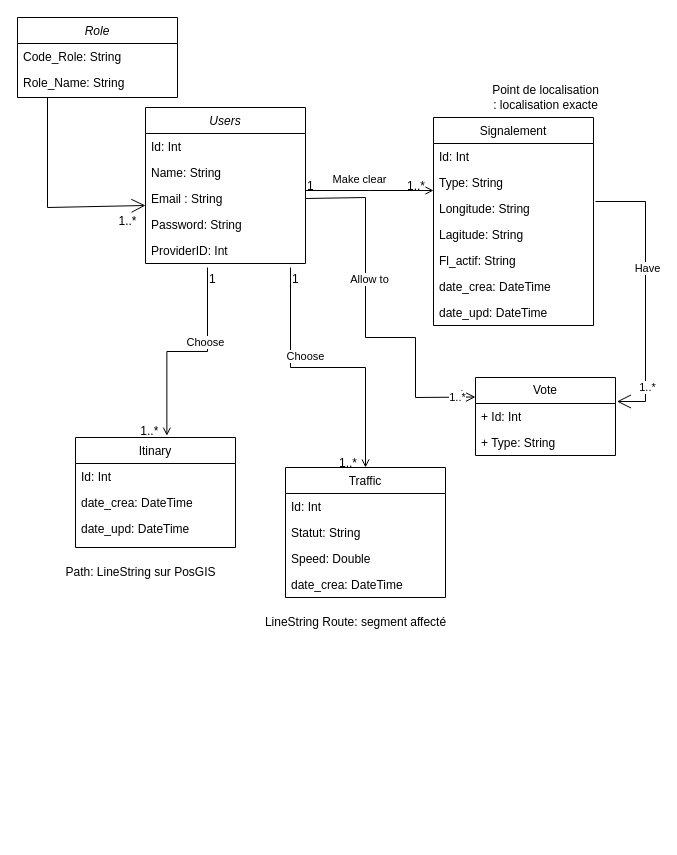
hamza-bely/4proj keeps this draw.io diagram as documentation/file-diagramme-uml/Diagramme sans nom.drawio. Above is the earlier version. Source tidied: cells renumbered, new cells numbered last; positions are measured from the earlier drawing's top-left corner, leaving out a move shared by most shapes. Both pictures are drawn from the tidied source at 100%, with x=0, y=0 at pixel (17, 17).
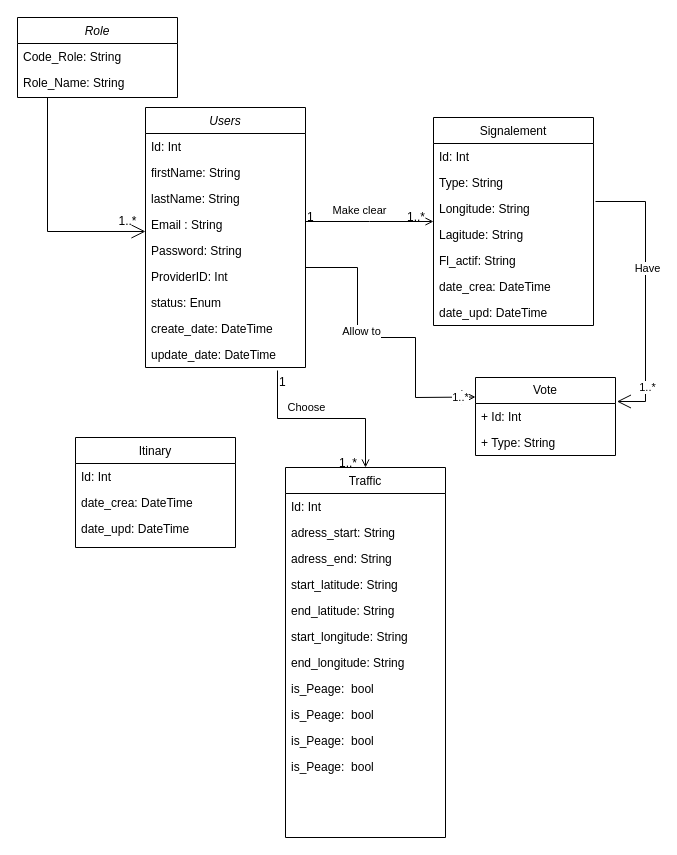
Above is the later version.

Commit message:
Mettre à jour Diagramme sans nom.drawio

The change refers to these unchanged cells:
```xml
<mxCell id="8" value="Itinary" style="swimlane;fontStyle=0;align=center;verticalAlign=top;horizontal=1;startSize=26;rounded=0;shadow=0;strokeWidth=1;" parent="1" vertex="1">
  <mxGeometry x="58" y="420" width="160" height="110" as="geometry" />
</mxCell>
<mxCell id="40" value="Vote" style="swimlane;fontStyle=0;horizontal=1;startSize=26;fillColor=none;whiteSpace=wrap;html=1;" parent="1" vertex="1">
  <mxGeometry x="458" y="360" width="140" height="78" as="geometry" />
</mxCell>
```

Change to the diagram source:
```diff
@@
     <mxCell id="2" value="Users" style="swimlane;fontStyle=2;align=center;verticalAlign=top;horizontal=1;startSize=26;rounded=0;shadow=0;strokeWidth=1;" parent="1" vertex="1">
-      <mxGeometry x="128" y="90" width="160" height="156" as="geometry" />
+      <mxGeometry x="128" y="90" width="160" height="260" as="geometry" />
     </mxCell>
@@
-    <mxCell id="4" value="Name: String" style="text;align=left;verticalAlign=top;spacingLeft=4;spacingRight=4;overflow=hidden;" parent="2" vertex="1">
+    <mxCell id="4" value="firstName: String" style="text;align=left;verticalAlign=top;spacingLeft=4;spacingRight=4;overflow=hidden;" parent="2" vertex="1">
       <mxGeometry y="52" width="160" height="26" as="geometry" />
     </mxCell>
+    <mxCell id="54" value="lastName: String" style="text;align=left;verticalAlign=top;spacingLeft=4;spacingRight=4;overflow=hidden;" parent="2" vertex="1">
+      <mxGeometry y="78" width="160" height="26" as="geometry" />
+    </mxCell>
     <mxCell id="5" value="Email : String" style="text;align=left;verticalAlign=top;spacingLeft=4;spacingRight=4;overflow=hidden;points=[[0,0.5],[1,0.5]];portConstraint=eastwest;rounded=0;shadow=0;html=0;" parent="2" vertex="1">
-      <mxGeometry y="78" width="160" height="26" as="geometry" />
+      <mxGeometry y="104" width="160" height="26" as="geometry" />
     </mxCell>
     <mxCell id="6" value="Password: String" style="text;align=left;verticalAlign=top;spacingLeft=4;spacingRight=4;overflow=hidden;rounded=0;shadow=0;html=0;" parent="2" vertex="1">
-      <mxGeometry y="104" width="160" height="26" as="geometry" />
+      <mxGeometry y="130" width="160" height="26" as="geometry" />
     </mxCell>
     <mxCell id="7" value="ProviderID: Int" style="text;align=left;verticalAlign=top;spacingLeft=4;spacingRight=4;overflow=hidden;points=[[0,0.5],[1,0.5]];portConstraint=eastwest;rounded=0;shadow=0;html=0;" parent="2" vertex="1">
-      <mxGeometry y="130" width="160" height="26" as="geometry" />
+      <mxGeometry y="156" width="160" height="26" as="geometry" />
     </mxCell>
+    <mxCell id="55" value="status: Enum" style="text;align=left;verticalAlign=top;spacingLeft=4;spacingRight=4;overflow=hidden;rounded=0;shadow=0;html=0;" parent="2" vertex="1">
+      <mxGeometry y="182" width="160" height="26" as="geometry" />
+    </mxCell>
+    <mxCell id="56" value="create_date: DateTime" style="text;align=left;verticalAlign=top;spacingLeft=4;spacingRight=4;overflow=hidden;rounded=0;shadow=0;html=0;" parent="2" vertex="1">
+      <mxGeometry y="208" width="160" height="26" as="geometry" />
+    </mxCell>
+    <mxCell id="57" value="update_date: DateTime" style="text;align=left;verticalAlign=top;spacingLeft=4;spacingRight=4;overflow=hidden;points=[[0,0.5],[1,0.5]];portConstraint=eastwest;rounded=0;shadow=0;html=0;" parent="2" vertex="1">
+      <mxGeometry y="234" width="160" height="26" as="geometry" />
+    </mxCell>
@@
     <mxCell id="12" value="Traffic" style="swimlane;fontStyle=0;align=center;verticalAlign=top;horizontal=1;startSize=26;rounded=0;shadow=0;strokeWidth=1;" parent="1" vertex="1">
-      <mxGeometry x="268" y="450" width="160" height="130" as="geometry" />
+      <mxGeometry x="268" y="450" width="160" height="370" as="geometry" />
     </mxCell>
@@
+    <mxCell id="58" value="adress_start: String" style="text;align=left;verticalAlign=top;spacingLeft=4;spacingRight=4;overflow=hidden;" parent="12" vertex="1">
+      <mxGeometry y="52" width="160" height="26" as="geometry" />
+    </mxCell>
+    <mxCell id="59" value="adress_end: String" style="text;align=left;verticalAlign=top;spacingLeft=4;spacingRight=4;overflow=hidden;" parent="12" vertex="1">
+      <mxGeometry y="78" width="160" height="26" as="geometry" />
+    </mxCell>
-    <mxCell id="14" value="Statut: String" style="text;align=left;verticalAlign=top;spacingLeft=4;spacingRight=4;overflow=hidden;" parent="12" vertex="1">
-      <mxGeometry y="52" width="160" height="26" as="geometry" />
+    <mxCell id="14" value="start_latitude: String" style="text;align=left;verticalAlign=top;spacingLeft=4;spacingRight=4;overflow=hidden;" parent="12" vertex="1">
+      <mxGeometry y="104" width="160" height="26" as="geometry" />
     </mxCell>
-    <mxCell id="15" value="Speed: Double" style="text;align=left;verticalAlign=top;spacingLeft=4;spacingRight=4;overflow=hidden;" parent="12" vertex="1">
-      <mxGeometry y="78" width="160" height="26" as="geometry" />
+    <mxCell id="15" value="end_latitude: String" style="text;align=left;verticalAlign=top;spacingLeft=4;spacingRight=4;overflow=hidden;" parent="12" vertex="1">
+      <mxGeometry y="130" width="160" height="26" as="geometry" />
     </mxCell>
-    <mxCell id="16" value="date_crea: DateTime" style="text;align=left;verticalAlign=top;spacingLeft=4;spacingRight=4;overflow=hidden;" parent="12" vertex="1">
-      <mxGeometry y="104" width="160" height="26" as="geometry" />
+    <mxCell id="16" value="start_longitude: String" style="text;align=left;verticalAlign=top;spacingLeft=4;spacingRight=4;overflow=hidden;" parent="12" vertex="1">
+      <mxGeometry y="156" width="160" height="26" as="geometry" />
     </mxCell>
+    <mxCell id="60" value="end_longitude: String" style="text;align=left;verticalAlign=top;spacingLeft=4;spacingRight=4;overflow=hidden;" parent="12" vertex="1">
+      <mxGeometry y="182" width="160" height="26" as="geometry" />
+    </mxCell>
+    <mxCell id="61" value="is_Peage:  bool" style="text;align=left;verticalAlign=top;spacingLeft=4;spacingRight=4;overflow=hidden;" parent="12" vertex="1">
+      <mxGeometry y="208" width="160" height="26" as="geometry" />
+    </mxCell>
+    <mxCell id="62" value="is_Peage:  bool" style="text;align=left;verticalAlign=top;spacingLeft=4;spacingRight=4;overflow=hidden;" parent="12" vertex="1">
+      <mxGeometry y="234" width="160" height="26" as="geometry" />
+    </mxCell>
+    <mxCell id="63" value="is_Peage:  bool" style="text;align=left;verticalAlign=top;spacingLeft=4;spacingRight=4;overflow=hidden;" parent="12" vertex="1">
+      <mxGeometry y="260" width="160" height="26" as="geometry" />
+    </mxCell>
+    <mxCell id="64" value="is_Peage:  bool" style="text;align=left;verticalAlign=top;spacingLeft=4;spacingRight=4;overflow=hidden;" parent="12" vertex="1">
+      <mxGeometry y="286" width="160" height="26" as="geometry" />
+    </mxCell>
@@
-    <mxCell id="29" style="endArrow=open;shadow=0;strokeWidth=1;rounded=0;curved=0;endFill=1;edgeStyle=elbowEdgeStyle;elbow=vertical;entryX=0.571;entryY=-0.016;entryDx=0;entryDy=0;entryPerimeter=0;" parent="1" edge="1" target="8">
-      <mxGeometry x="0.5" y="41" relative="1" as="geometry">
-        <mxPoint x="190" y="250" as="sourcePoint" />
-        <mxPoint x="-40" y="32" as="offset" />
-      </mxGeometry>
-    </mxCell>
-    <mxCell id="30" value="1" style="align=left;verticalAlign=bottom;labelBackgroundColor=none;fontSize=12;" parent="29" vertex="1">
-      <mxGeometry x="-1" relative="1" as="geometry">
-        <mxPoint y="20" as="offset" />
-      </mxGeometry>
-    </mxCell>
-    <mxCell id="31" value="1..*" style="align=right;verticalAlign=bottom;labelBackgroundColor=none;fontSize=12;" parent="29" vertex="1">
-      <mxGeometry x="1" relative="1" as="geometry">
-        <mxPoint x="-7" y="4" as="offset" />
-      </mxGeometry>
-    </mxCell>
-    <mxCell id="32" value="Choose" style="edgeLabel;html=1;align=center;verticalAlign=middle;" parent="29" vertex="1">
-      <mxGeometry x="-0.17" y="1" relative="1" as="geometry">
-        <mxPoint y="-11" as="offset" />
-      </mxGeometry>
-    </mxCell>
-    <mxCell id="33" value="Point de localisation&lt;div&gt;: localisation exacte&lt;/div&gt;" style="text;html=1;align=center;verticalAlign=middle;strokeColor=none;fillColor=none;" parent="1" vertex="1">
-      <mxGeometry x="463" y="60" width="130" height="40" as="geometry" />
-    </mxCell>
-    <mxCell id="34" value="Path: LineString sur PosGIS" style="text;html=1;align=center;verticalAlign=middle;strokeColor=none;fillColor=none;" parent="1" vertex="1">
-      <mxGeometry x="38" y="540" width="170" height="30" as="geometry" />
-    </mxCell>
-    <mxCell id="35" value="LineString Route: segment affecté" style="text;html=1;align=center;verticalAlign=middle;strokeColor=none;fillColor=none;" parent="1" vertex="1">
-      <mxGeometry x="238" y="590" width="200" height="30" as="geometry" />
-    </mxCell>
-    <mxCell id="36" style="endArrow=open;shadow=0;strokeWidth=1;rounded=0;curved=0;endFill=1;edgeStyle=elbowEdgeStyle;elbow=vertical;entryX=0.5;entryY=0;entryDx=0;entryDy=0;" parent="1" edge="1" target="12">
+    <mxCell id="36" style="endArrow=open;shadow=0;strokeWidth=1;rounded=0;curved=0;endFill=1;edgeStyle=elbowEdgeStyle;elbow=vertical;entryX=0.5;entryY=0;entryDx=0;entryDy=0;exitX=0.825;exitY=1.115;exitDx=0;exitDy=0;exitPerimeter=0;" parent="1" edge="1" source="57" target="12">
       <mxGeometry x="0.5" y="41" relative="1" as="geometry">
-        <mxPoint x="273" y="250" as="sourcePoint" />
         <mxPoint x="-40" y="32" as="offset" />
       </mxGeometry>
     </mxCell>
@@
-    <mxCell id="43" style="endArrow=open;endFill=1;endSize=12;html=1;rounded=0;exitX=1;exitY=0.5;exitDx=0;exitDy=0;entryX=0;entryY=0.25;entryDx=0;entryDy=0;" parent="1" edge="1" source="5" target="40">
+    <mxCell id="43" style="endArrow=open;endFill=1;endSize=12;html=1;rounded=0;exitX=1;exitY=0.154;exitDx=0;exitDy=0;entryX=0;entryY=0.25;entryDx=0;entryDy=0;exitPerimeter=0;" parent="1" edge="1" source="7" target="40">
       <mxGeometry relative="1" as="geometry">
         <Array as="points">
-          <mxPoint x="348" y="180" />
-          <mxPoint x="348" y="320" />
+          <mxPoint x="340" y="250" />
+          <mxPoint x="340" y="320" />
           <mxPoint x="398" y="320" />
           <mxPoint x="398" y="380" />
         </Array>
       </mxGeometry>
     </mxCell>
@@
     <mxCell id="52" style="endArrow=open;endFill=1;endSize=12;html=1;rounded=0;entryX=0;entryY=0.769;entryDx=0;entryDy=0;entryPerimeter=0;" parent="1" edge="1" target="5">
       <mxGeometry relative="1" as="geometry">
         <mxPoint x="30" y="80" as="sourcePoint" />
         <Array as="points">
-          <mxPoint x="30" y="190" />
+          <mxPoint x="30" y="214" />
         </Array>
       </mxGeometry>
     </mxCell>
```
